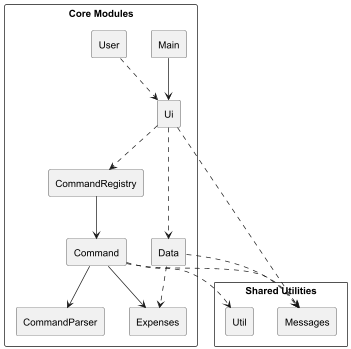
Earlier version of the PlantUML export docs/images/ArchitectureOverview.png (randust/tp).
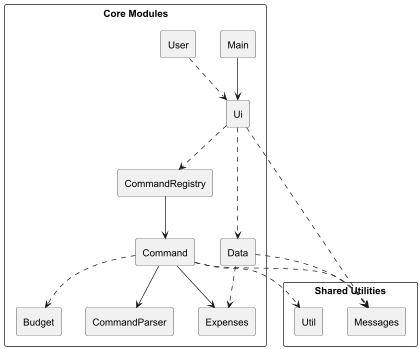
After the commit.

Commit message:
Add budget into DG architecture diagram

Diff of the diagram source:
```diff
@@ -11,6 +11,7 @@
   [CommandParser]
   [Data]
   [Expenses]
+  [Budget]
 }
 
 package "Shared Utilities" {
@@ -26,7 +27,7 @@
 [CommandRegistry] --> [Command]
 [Command] --> [CommandParser]
 [Command] --> [Expenses]
-
+[Command] ..> [Budget]
 [Ui] ..> [Messages]
 [Command] ..> [Util]
 [Command] ..> [Messages]
```
